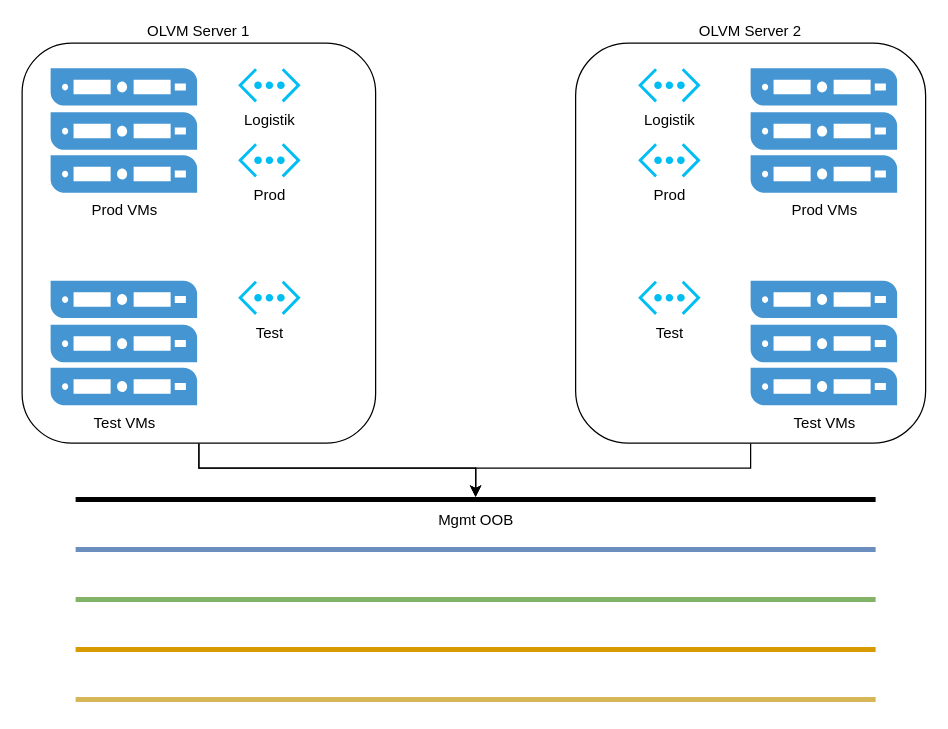
The draw.io diagram network.drawio in lhirdman/log4, before the edit. Source tidied: cells renumbered, new cells numbered last; positions are measured from the earlier drawing's top-left corner, leaving out a move shared by most shapes. Both pictures are drawn from the tidied source at 125%, with x=0, y=0 at pixel (21, 42).
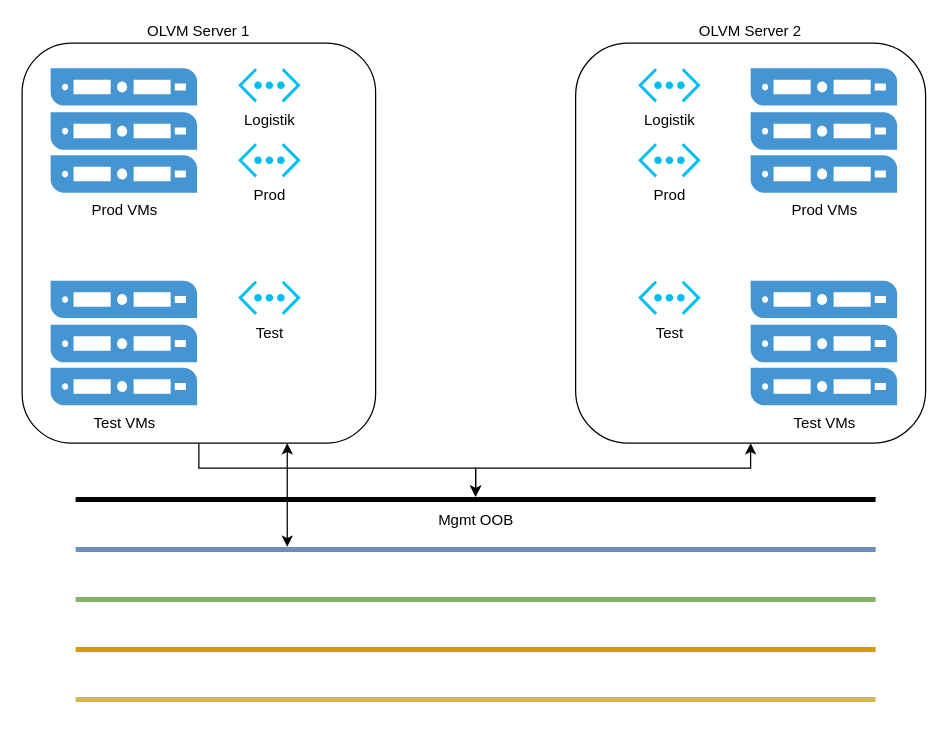
The same page after the edit.

The change refers to these unchanged cells:
```xml
<mxCell id="4" value="OLVM Server 1" style="rounded=1;whiteSpace=wrap;html=1;verticalAlign=bottom;labelPosition=center;verticalLabelPosition=top;align=center;arcSize=14;" parent="1" vertex="1">
  <mxGeometry x="0.2" width="282.8" height="320" as="geometry" />
</mxCell>
<mxCell id="8" value="OLVM Server 2" style="rounded=1;whiteSpace=wrap;html=1;verticalAlign=bottom;labelPosition=center;verticalLabelPosition=top;align=center;" parent="1" vertex="1">
  <mxGeometry x="443" width="280" height="320" as="geometry" />
</mxCell>
<mxCell id="11" style="line;strokeWidth=4;html=1;perimeter=backbonePerimeter;points=[];outlineConnect=0;fillColor=#dae8fc;strokeColor=#6c8ebf;" parent="1" vertex="1">
  <mxGeometry x="43" y="400" width="640" height="10" as="geometry" />
</mxCell>
<mxCell id="21" value="Mgmt OOB" style="line;strokeWidth=4;html=1;perimeter=backbonePerimeter;points=[];outlineConnect=0;fillColor=none;" parent="1" vertex="1">
  <mxGeometry x="43" y="360" width="640" height="10" as="geometry" />
</mxCell>
```

The edit, as a diff of the source:
```diff
@@
-    <mxCell id="3" style="edgeStyle=orthogonalEdgeStyle;rounded=0;jettySize=auto;html=1;" parent="1" edge="1" source="4" target="21">
+    <mxCell id="3" style="edgeStyle=orthogonalEdgeStyle;rounded=0;jettySize=auto;html=1;strokeColor=none;startArrow=classic;startFill=1;" parent="1" edge="1" source="4" target="21">
       <mxGeometry relative="1" as="geometry" />
     </mxCell>
@@
-    <mxCell id="7" style="edgeStyle=orthogonalEdgeStyle;rounded=0;jettySize=auto;html=1;" parent="1" edge="1" source="8" target="21">
+    <mxCell id="7" style="edgeStyle=orthogonalEdgeStyle;rounded=0;jettySize=auto;html=1;startArrow=classic;startFill=1;" parent="1" edge="1" source="8" target="21">
       <mxGeometry relative="1" as="geometry" />
     </mxCell>
@@
+    <mxCell id="22" style="endArrow=classic;startArrow=classic;html=1;rounded=0;exitX=0.75;exitY=1;exitDx=0;exitDy=0;" parent="1" edge="1" source="4" target="11">
+      <mxGeometry relative="1" as="geometry" />
+    </mxCell>
```
